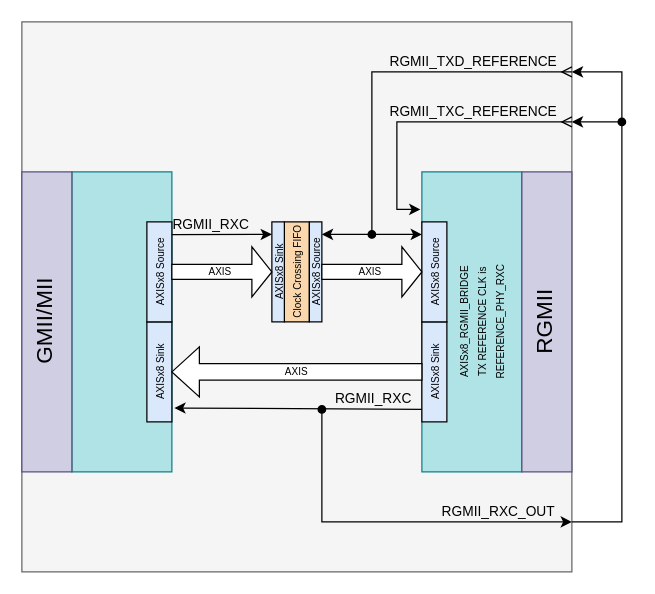
This is docs/Drawio/Example_Project_Zynq_GMII_MII_2_RGMII_Adapter_RXC_LoopBack.drawio from ikhansergio/FPGA_UDP_Offloading_Library, a draw.io file, before an edit. Source tidied: cells renumbered, new cells numbered last; positions are measured from the earlier drawing's top-left corner, leaving out a move shared by most shapes. Both pictures are drawn from the tidied source at 125%, with x=0, y=0 at pixel (-29, 21).
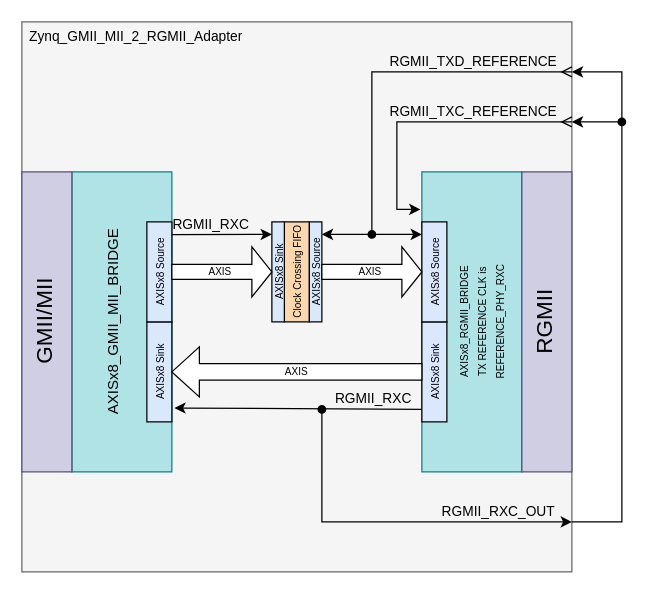
Above is the later version.

Commit message (it also covers changes not shown here):
Update Example_Project_Zynq_GMII_MII_2_RGMII_Adapte drawio

Diff of the diagram source:
```diff
@@
-    <mxCell id="3" value="&lt;div&gt;&lt;span style=&quot;background-color: transparent; font-size: 8px;&quot;&gt;&lt;br&gt;&lt;/span&gt;&lt;/div&gt;" style="rounded=0;whiteSpace=wrap;html=1;fillColor=#b0e3e6;strokeColor=#0e8088;rotation=-90;" parent="1" vertex="1">
+    <mxCell id="3" value="&lt;div&gt;&lt;span style=&quot;background-color: transparent;&quot;&gt;&lt;font&gt;AXISx8_GMII_MII_BRIDGE&lt;/font&gt;&lt;/span&gt;&lt;/div&gt;&lt;div&gt;&lt;span style=&quot;background-color: transparent;&quot;&gt;&lt;font&gt;&lt;br&gt;&lt;/font&gt;&lt;/span&gt;&lt;/div&gt;" style="rounded=0;whiteSpace=wrap;html=1;fillColor=#b0e3e6;strokeColor=#0e8088;rotation=-90;" parent="1" vertex="1">
       <mxGeometry y="200" width="240" height="80" as="geometry" />
     </mxCell>
@@
+    <mxCell id="30" value="Zynq_GMII_MII_2_RGMII_Adapter" style="edgeLabel;html=1;align=center;verticalAlign=bottom;labelBackgroundColor=none;labelBorderColor=none;labelPosition=center;verticalLabelPosition=top;" parent="1" vertex="1">
+      <mxGeometry x="130" y="20" as="geometry" />
+    </mxCell>
```
